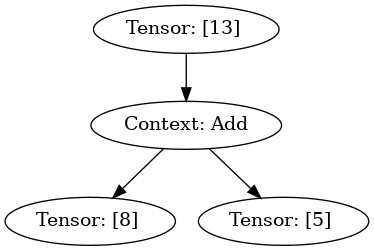
Earlier version of the Graphviz export vis/Digraph.gv.png (joey00072/Tinytorch). Its source is kept beside it as vis/Digraph.gv. Source of this version:
```dot
digraph {
	139935156534576 [label="Tensor: [13] "]
	139935156533664 [label="Context: Add"]
	139935156534576 -> 139935156533664
	139935156533664 -> 139935160270656
	139935160270656 [label="Tensor: [8] "]
	139935156533664 -> 139935156533232
	139935156533232 [label="Tensor: [5] "]
}
```
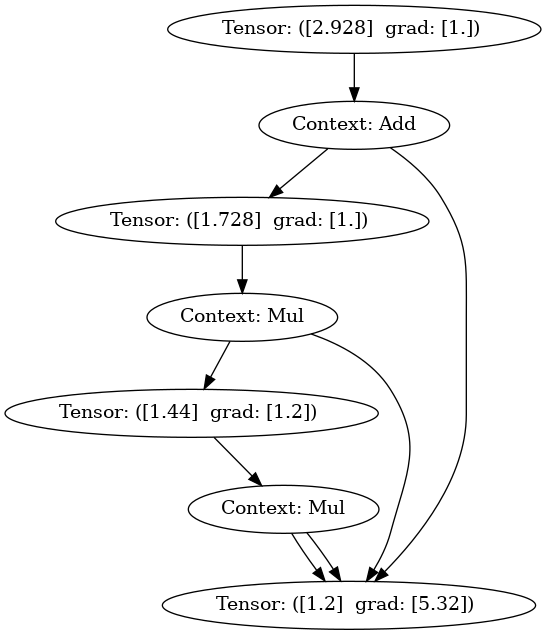
After the commit.

The edit, as a diff of the source:
```diff
@@ -1,9 +1,21 @@
 digraph {
-	139935156534576 [label="Tensor: [13] "]
-	139935156533664 [label="Context: Add"]
-	139935156534576 -> 139935156533664
-	139935156533664 -> 139935160270656
-	139935160270656 [label="Tensor: [8] "]
-	139935156533664 -> 139935156533232
-	139935156533232 [label="Tensor: [5] "]
+	140589163168192 [label="Tensor: ([2.928]  grad: [1.]) "]
+	140589163168528 [label="Context: Add"]
+	140589163168192 -> 140589163168528
+	140589163168528 -> 140589163168480
+	140589163168480 [label="Tensor: ([1.728]  grad: [1.]) "]
+	140589163168912 [label="Context: Mul"]
+	140589163168480 -> 140589163168912
+	140589163168912 -> 140589163167856
+	140589163167856 [label="Tensor: ([1.44]  grad: [1.2]) "]
+	140589163167952 [label="Context: Mul"]
+	140589163167856 -> 140589163167952
+	140589163167952 -> 140589555449664
+	140589555449664 [label="Tensor: ([1.2]  grad: [5.32]) "]
+	140589163167952 -> 140589555449664
+	140589555449664 [label="Tensor: ([1.2]  grad: [5.32]) "]
+	140589163168912 -> 140589555449664
+	140589555449664 [label="Tensor: ([1.2]  grad: [5.32]) "]
+	140589163168528 -> 140589555449664
+	140589555449664 [label="Tensor: ([1.2]  grad: [5.32]) "]
 }
```
